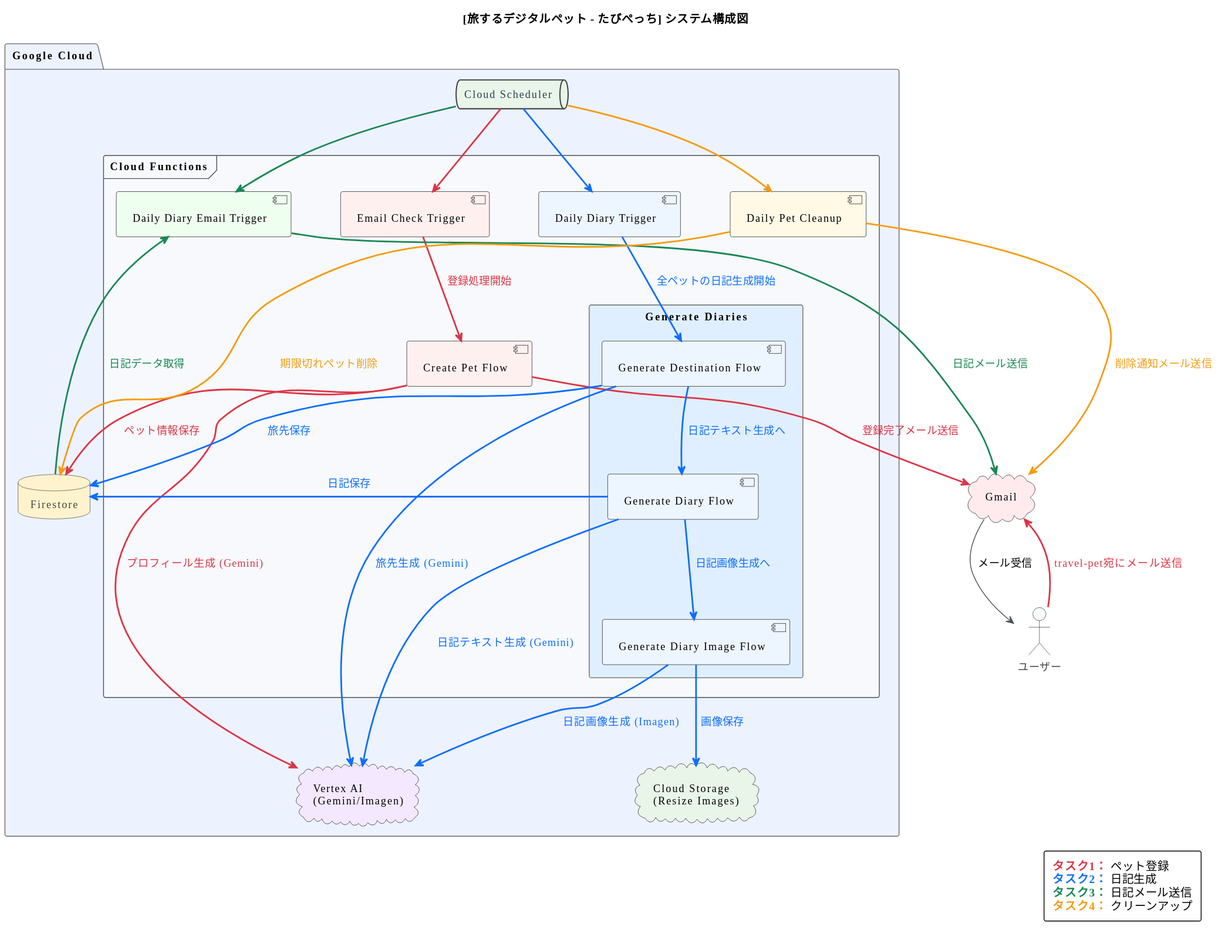
The PlantUML diagram systemDiagram.svg in enu-kuro/travel-pet, before a commit. The source it was exported from:
```plantuml
@startuml
title [旅するデジタルペット - たびぺっち] システム構成図
!theme vibrant
top to bottom direction
skinparam {
    DefaultFontName "Yu Gothic UI"
    DefaultFontSize 13
    padding 5
    Nodesep 60
    Ranksep 80
    shadowing false
    roundCorner 5
    actorBorderColor #2C3E50
    actorBackgroundColor #F8F9FA
    databaseBackgroundColor #FFF3CD
    cloudBackgroundColor #E3F2FD
    queueBackgroundColor #E8F5E8
    queueFontColor #2C3E50
    frame {
      BorderColor #495057
      BackgroundColor #FAFBFC
    }
    arrow {
      Color #495057
    }
}

actor "ユーザー" as User
cloud "Gmail" as Gmail #FFEBEE

package "Google Cloud" #EDF2FF {
    queue "Cloud Scheduler" as CloudScheduler
    database "Firestore" as Firestore
    cloud "Cloud Storage\n(Resize Images)" as CloudStorage #E8F5E8
    cloud "Vertex AI\n(Gemini/Imagen)" as VertexAI #F3E8FF

    frame "Cloud Functions" #F7F9FC {
        [Email Check Trigger] as EmailCheck #FFF0F0
        [Create Pet Flow] as CreatePet #FFF0F0
        [Daily Diary Trigger] as DiaryTrigger #EDF5FF

        rectangle "Generate Diaries" #E0EFFF {
            [Generate Destination Flow] as GenerateDestination #EDF5FF
            [Generate Diary Flow]       as GenerateDiary #EDF5FF
            [Generate Diary Image Flow] as GenerateDiaryImage #EDF5FF
        }

        [Daily Diary Email Trigger] as DiaryEmail #EFFFEF
        [Daily Pet Cleanup]        as Cleanup #FFF9E6
    }
}

User -[#DC3545,bold]-> Gmail : <color:#DC3545>travel-pet宛にメール送信</color>
CloudScheduler -[#DC3545,bold]-> EmailCheck
EmailCheck -[#DC3545,bold]-> CreatePet : <color:#DC3545>登録処理開始</color>
CreatePet -[#DC3545,bold]-> VertexAI : <color:#DC3545>プロフィール生成 (Gemini)</color>
CreatePet -[#DC3545,bold]-> Firestore : <color:#DC3545>ペット情報保存</color>
CreatePet -[#DC3545,bold]-> Gmail : <color:#DC3545>登録完了メール送信</color>

CloudScheduler -[#0D6EFD,bold]-> DiaryTrigger
DiaryTrigger -[#0D6EFD,bold]-> GenerateDestination : <color:#0D6EFD>全ペットの日記生成開始</color>
GenerateDestination -[#0D6EFD,bold]-> VertexAI : <color:#0D6EFD>旅先生成 (Gemini)</color>
GenerateDestination -[#0D6EFD,bold]-> Firestore : <color:#0D6EFD>旅先保存</color>
GenerateDestination -[#0D6EFD,bold]-> GenerateDiary : <color:#0D6EFD>日記テキスト生成へ</color>
GenerateDiary -[#0D6EFD,bold]-> VertexAI : <color:#0D6EFD>日記テキスト生成 (Gemini)</color>
GenerateDiary -[#0D6EFD,bold]-> Firestore : <color:#0D6EFD>日記保存</color>
GenerateDiary -[#0D6EFD,bold]-> GenerateDiaryImage : <color:#0D6EFD>日記画像生成へ</color>
GenerateDiaryImage -[#0D6EFD,bold]-> VertexAI : <color:#0D6EFD>日記画像生成 (Imagen)</color>
GenerateDiaryImage -[#0D6EFD,bold]-> CloudStorage : <color:#0D6EFD>画像保存</color>

CloudScheduler -[#198754,bold]-> DiaryEmail
Firestore -[#198754,bold]-> DiaryEmail : <color:#198754>日記データ取得</color>
DiaryEmail -[#198754,bold]-> Gmail : <color:#198754>日記メール送信</color>

CloudScheduler -[#F39C12,bold]-> Cleanup
Cleanup -[#F39C12,bold]-> Firestore : <color:#F39C12>期限切れペット削除</color>
Cleanup -[#F39C12,bold]-> Gmail : <color:#F39C12>削除通知メール送信</color>

Gmail -> User : メール受信

legend right
  <font color=#DC3545><b>タスク1：</b></font> ペット登録
  <font color=#0D6EFD><b>タスク2：</b></font> 日記生成
  <font color=#198754><b>タスク3：</b></font> 日記メール送信
  <font color=#F39C12><b>タスク4：</b></font> クリーンアップ
endlegend
@enduml
```
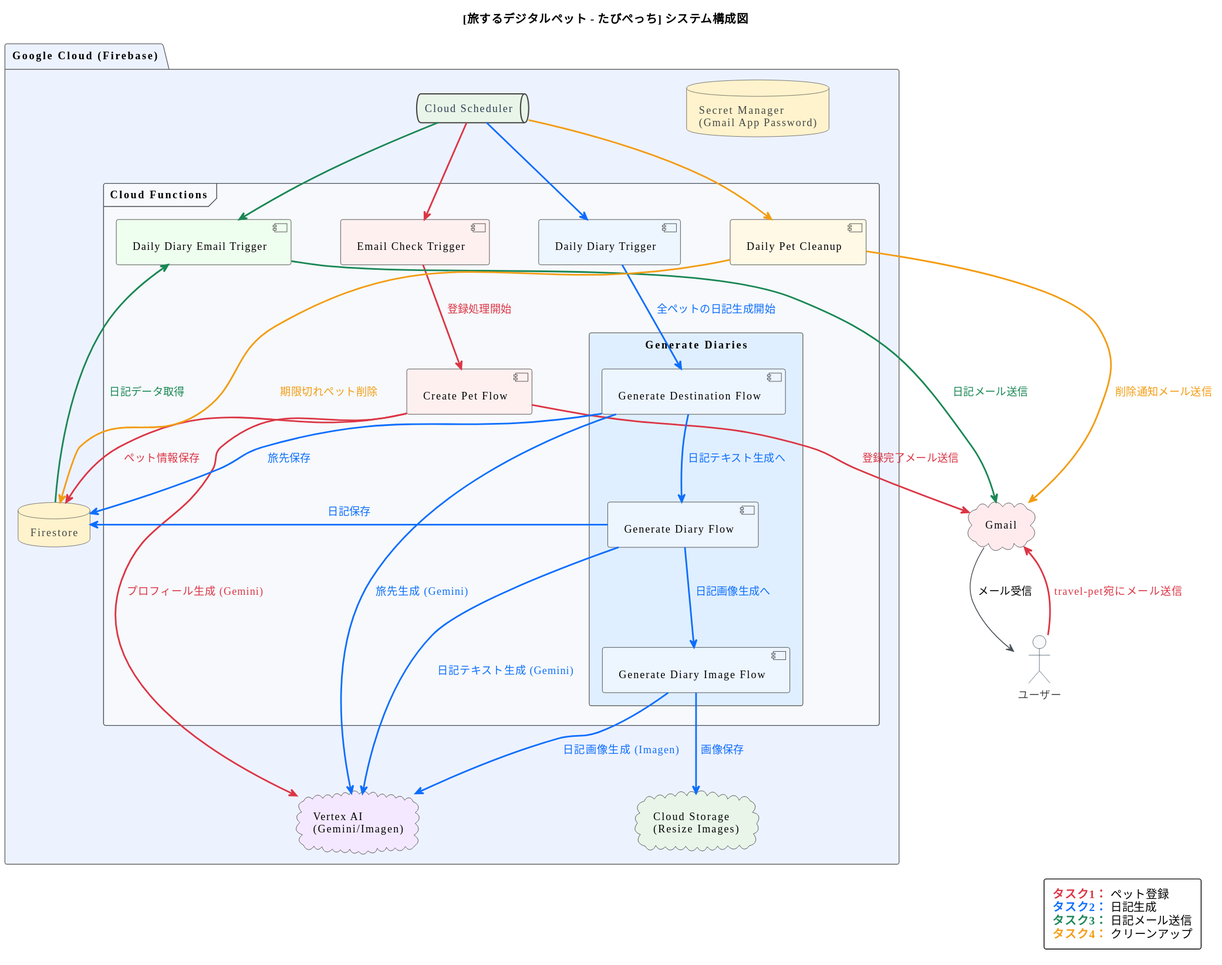
The same file after the commit.

Diff of the diagram source:
```diff
@@ -28,7 +28,8 @@
 actor "ユーザー" as User
 cloud "Gmail" as Gmail #FFEBEE
 
-package "Google Cloud" #EDF2FF {
+package "Google Cloud (Firebase)" #EDF2FF {
+    database "Secret Manager\n(Gmail App Password)" as SecretManager #FFF3CD
     queue "Cloud Scheduler" as CloudScheduler
     database "Firestore" as Firestore
     cloud "Cloud Storage\n(Resize Images)" as CloudStorage #E8F5E8
```
